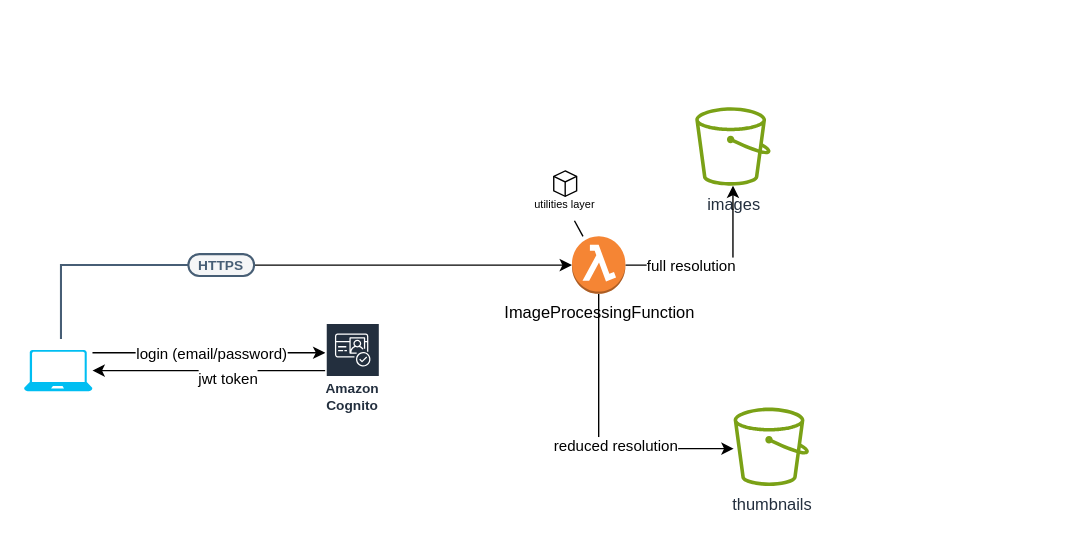
Before: figures/course.drawio in hashemsellat/pictora, a draw.io diagram. Source tidied: cells renumbered, new cells numbered last; positions are measured from the earlier drawing's top-left corner, leaving out a move shared by most shapes. Both pictures are drawn from the tidied source at 137%, with x=0, y=0 at pixel (23, 107).
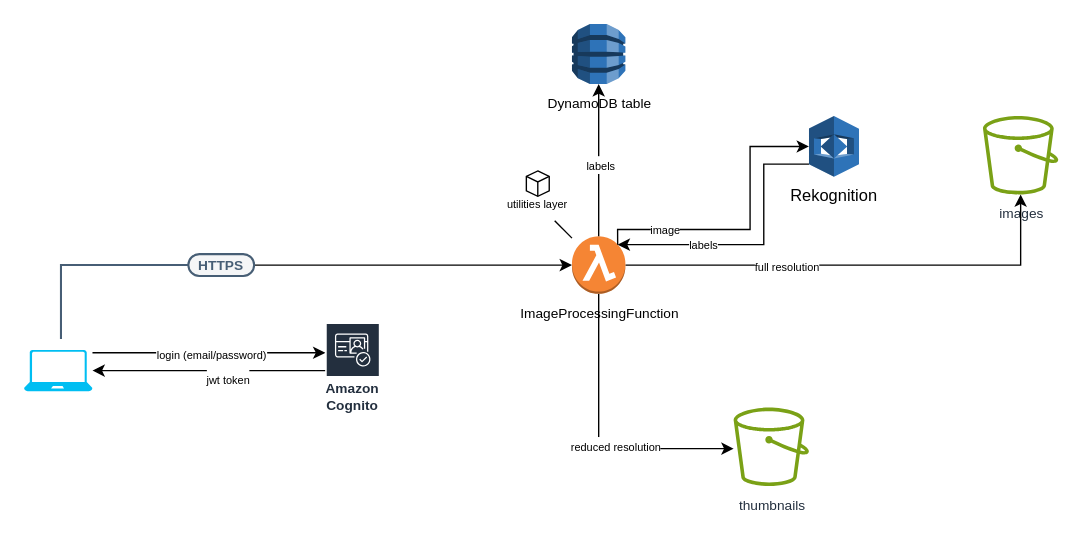
After the change.

The change refers to these unchanged cells:
```xml
<mxCell id="4" style="edgeStyle=orthogonalEdgeStyle;rounded=0;jettySize=auto;html=1;" parent="1" edge="1" source="8" target="2">
  <mxGeometry relative="1" as="geometry" />
</mxCell>
<mxCell id="6" style="edgeStyle=orthogonalEdgeStyle;rounded=0;jettySize=auto;html=1;" parent="1" edge="1" source="8" target="3">
  <mxGeometry relative="1" as="geometry">
    <Array as="points">
      <mxPoint x="419" y="249" />
    </Array>
  </mxGeometry>
</mxCell>
<mxCell id="12" style="edgeStyle=orthogonalEdgeStyle;rounded=0;jettySize=auto;html=1;" parent="1" edge="1" source="14" target="17">
  <mxGeometry relative="1" as="geometry">
    <Array as="points">
      <mxPoint x="90" y="179" />
      <mxPoint x="90" y="179" />
    </Array>
  </mxGeometry>
</mxCell>
<mxCell id="15" style="edgeStyle=orthogonalEdgeStyle;rounded=0;jettySize=auto;html=1;" parent="1" edge="1" source="17" target="14">
  <mxGeometry relative="1" as="geometry" />
</mxCell>
```

What changed in the source:
```diff
@@
-    <mxCell id="2" value="images" style="sketch=0;outlineConnect=0;fontColor=#232F3E;gradientColor=none;fillColor=#7AA116;strokeColor=none;dashed=0;verticalLabelPosition=bottom;verticalAlign=top;align=center;html=1;fontSize=12;fontStyle=0;shape=mxgraph.aws4.bucket;" parent="1" vertex="1">
-      <mxGeometry x="490" y="-0.2" width="55" height="57.2" as="geometry" />
+    <mxCell id="2" value="&lt;font style=&quot;font-size: 10px;&quot;&gt;images&lt;/font&gt;" style="sketch=0;outlineConnect=0;fontColor=#232F3E;gradientColor=none;fillColor=#7AA116;strokeColor=none;dashed=0;verticalLabelPosition=bottom;verticalAlign=top;align=center;html=1;fontSize=12;fontStyle=0;shape=mxgraph.aws4.bucket;" parent="1" vertex="1">
+      <mxGeometry x="700" y="6.2" width="55" height="57.2" as="geometry" />
     </mxCell>
-    <mxCell id="3" value="thumbnails" style="sketch=0;outlineConnect=0;fontColor=#232F3E;gradientColor=none;fillColor=#7AA116;strokeColor=none;dashed=0;verticalLabelPosition=bottom;verticalAlign=top;align=center;html=1;fontSize=12;fontStyle=0;shape=mxgraph.aws4.bucket;" parent="1" vertex="1">
+    <mxCell id="3" value="&lt;font style=&quot;font-size: 10px;&quot;&gt;thumbnails&lt;/font&gt;" style="sketch=0;outlineConnect=0;fontColor=#232F3E;gradientColor=none;fillColor=#7AA116;strokeColor=none;dashed=0;verticalLabelPosition=bottom;verticalAlign=top;align=center;html=1;fontSize=12;fontStyle=0;shape=mxgraph.aws4.bucket;" parent="1" vertex="1">
       <mxGeometry x="518" y="219" width="55" height="57.2" as="geometry" />
     </mxCell>
@@
-    <mxCell id="5" value="full resolution" style="edgeLabel;html=1;align=center;verticalAlign=middle;" parent="4" vertex="1">
+    <mxCell id="5" value="&lt;font style=&quot;font-size: 8px;&quot;&gt;full resolution&lt;/font&gt;" style="edgeLabel;html=1;align=center;verticalAlign=middle;" parent="4" vertex="1">
       <mxGeometry x="-0.31" relative="1" as="geometry" />
     </mxCell>
@@
-    <mxCell id="7" value="reduced resolution" style="edgeLabel;html=1;align=center;verticalAlign=middle;" parent="6" vertex="1">
+    <mxCell id="7" value="&lt;font style=&quot;font-size: 8px;&quot;&gt;reduced resolution&lt;/font&gt;" style="edgeLabel;html=1;align=center;verticalAlign=middle;" parent="6" vertex="1">
       <mxGeometry x="0.18" y="3" relative="1" as="geometry" />
     </mxCell>
-    <mxCell id="8" value="ImageProcessingFunction" style="outlineConnect=0;dashed=0;verticalLabelPosition=bottom;verticalAlign=top;align=center;html=1;shape=mxgraph.aws3.lambda_function;fillColor=#F58534;gradientColor=none;" parent="1" vertex="1">
+    <mxCell id="8" value="&lt;font style=&quot;font-size: 10px;&quot;&gt;ImageProcessingFunction&lt;/font&gt;" style="outlineConnect=0;dashed=0;verticalLabelPosition=bottom;verticalAlign=top;align=center;html=1;shape=mxgraph.aws3.lambda_function;fillColor=#F58534;gradientColor=none;" parent="1" vertex="1">
       <mxGeometry x="400" y="94" width="39" height="42" as="geometry" />
     </mxCell>
@@
-    <mxCell id="13" value="&lt;div&gt;login (email/password)&lt;/div&gt;" style="edgeLabel;html=1;align=center;verticalAlign=middle;" parent="12" vertex="1">
+    <mxCell id="13" value="&lt;div&gt;&lt;font style=&quot;font-size: 8px;&quot;&gt;login (email/password)&lt;/font&gt;&lt;/div&gt;" style="edgeLabel;html=1;align=center;verticalAlign=middle;" parent="12" vertex="1">
       <mxGeometry x="0.01" relative="1" as="geometry" />
     </mxCell>
@@
-    <mxCell id="16" value="&lt;div&gt;jwt token&lt;/div&gt;" style="edgeLabel;html=1;align=center;verticalAlign=middle;" parent="15" vertex="1">
+    <mxCell id="16" value="&lt;div&gt;&lt;font style=&quot;font-size: 8px;&quot;&gt;jwt token&lt;/font&gt;&lt;/div&gt;" style="edgeLabel;html=1;align=center;verticalAlign=middle;" parent="15" vertex="1">
       <mxGeometry x="-0.15" y="5" relative="1" as="geometry" />
     </mxCell>
@@
     <mxCell id="18" style="group;" parent="1" vertex="1">
-      <mxGeometry x="370" y="46.3" width="50" height="36.3" as="geometry" />
+      <mxGeometry x="350" y="46.3" width="50" height="36.3" as="geometry" />
     </mxCell>
@@
+    <mxCell id="22" value="&lt;font style=&quot;font-size: 10px;&quot;&gt;DynamoDB table&lt;/font&gt;" style="outlineConnect=0;dashed=0;verticalLabelPosition=bottom;verticalAlign=top;align=center;html=1;shape=mxgraph.aws3.dynamo_db;fillColor=#2E73B8;gradientColor=none;" parent="1" vertex="1">
+      <mxGeometry x="400" y="-61" width="39" height="43.9" as="geometry" />
+    </mxCell>
+    <mxCell id="23" style="edgeStyle=orthogonalEdgeStyle;rounded=0;jettySize=auto;html=1;entryX=0.5;entryY=1;entryDx=0;entryDy=0;entryPerimeter=0;" parent="1" edge="1" source="8" target="22">
+      <mxGeometry relative="1" as="geometry" />
+    </mxCell>
+    <mxCell id="24" value="&lt;font style=&quot;font-size: 8px;&quot;&gt;labels&lt;/font&gt;" style="edgeLabel;html=1;align=center;verticalAlign=middle;" parent="23" vertex="1">
+      <mxGeometry x="-0.04" y="-1" relative="1" as="geometry" />
+    </mxCell>
+    <mxCell id="25" value="Rekognition" style="outlineConnect=0;dashed=0;verticalLabelPosition=bottom;verticalAlign=top;align=center;html=1;shape=mxgraph.aws3.rekognition;fillColor=#2E73B8;gradientColor=none;" parent="1" vertex="1">
+      <mxGeometry x="573" y="6.2" width="36.5" height="44.4" as="geometry" />
+    </mxCell>
+    <mxCell id="26" style="edgeStyle=orthogonalEdgeStyle;rounded=0;jettySize=auto;html=1;exitX=0.855;exitY=0.145;exitDx=0;exitDy=0;exitPerimeter=0;entryX=0;entryY=0.5;entryDx=0;entryDy=0;entryPerimeter=0;" parent="1" edge="1" source="8" target="25">
+      <mxGeometry relative="1" as="geometry">
+        <Array as="points">
+          <mxPoint x="433" y="89" />
+          <mxPoint x="530" y="89" />
+          <mxPoint x="530" y="28" />
+        </Array>
+      </mxGeometry>
+    </mxCell>
+    <mxCell id="27" value="&lt;font style=&quot;font-size: 8px;&quot;&gt;image&lt;/font&gt;" style="edgeLabel;html=1;align=center;verticalAlign=middle;" parent="26" vertex="1">
+      <mxGeometry x="-0.57" y="1" relative="1" as="geometry" />
+    </mxCell>
+    <mxCell id="28" style="edgeStyle=orthogonalEdgeStyle;rounded=0;jettySize=auto;html=1;exitX=0;exitY=0.79;exitDx=0;exitDy=0;exitPerimeter=0;entryX=0.855;entryY=0.145;entryDx=0;entryDy=0;entryPerimeter=0;" parent="1" edge="1" source="25" target="8">
+      <mxGeometry relative="1" as="geometry">
+        <Array as="points">
+          <mxPoint x="540" y="41" />
+          <mxPoint x="540" y="100" />
+        </Array>
+      </mxGeometry>
+    </mxCell>
+    <mxCell id="29" value="&lt;font style=&quot;font-size: 8px;&quot;&gt;labels&lt;/font&gt;" style="edgeLabel;html=1;align=center;verticalAlign=middle;" parent="28" vertex="1">
+      <mxGeometry x="0.37" y="-1" relative="1" as="geometry" />
+    </mxCell>
```
